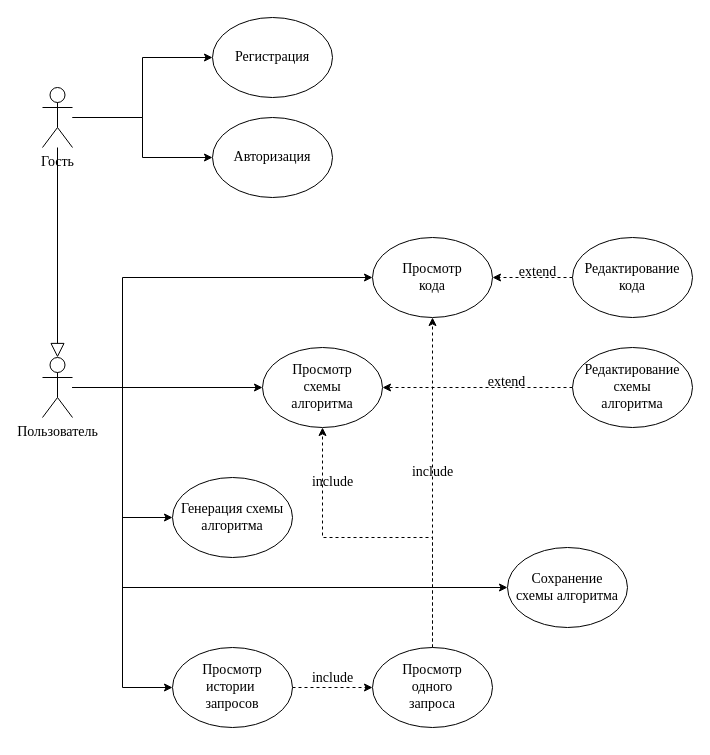
Before: docs/graphics/usecase.drawio in madopew/ctog, a draw.io diagram. Source tidied: cells renumbered, new cells numbered last; positions are measured from the earlier drawing's top-left corner, leaving out a move shared by most shapes. Both pictures are drawn from the tidied source at 100%, with x=0, y=0 at pixel (42, 17).
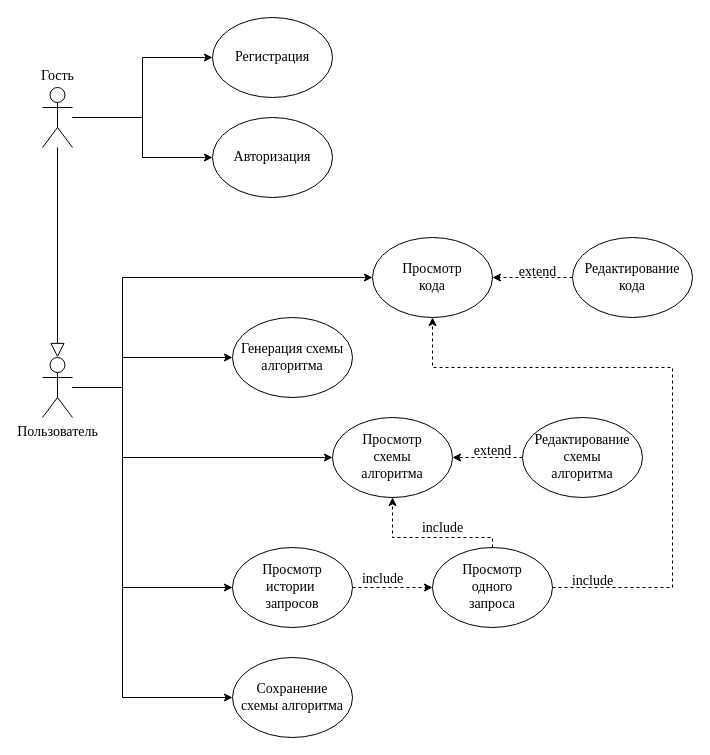
After the change.

Unchanged cells that the change refers to:
```xml
<mxCell id="7" value="Пользователь" style="shape=umlActor;verticalLabelPosition=bottom;verticalAlign=top;html=1;outlineConnect=0;fontFamily=Times New Roman;fontSize=14;" parent="1" vertex="1">
  <mxGeometry y="340" width="30" height="60" as="geometry" />
</mxCell>
<mxCell id="14" value="Просмотр&lt;br style=&quot;font-size: 14px;&quot;&gt;кода" style="ellipse;whiteSpace=wrap;html=1;fontFamily=Times New Roman;fontSize=14;" parent="1" vertex="1">
  <mxGeometry x="330" y="220" width="120" height="80" as="geometry" />
</mxCell>
```

Diff of the diagram source:
```diff
@@
     <mxCell id="3" style="edgeStyle=orthogonalEdgeStyle;rounded=0;jettySize=auto;html=1;fontFamily=Times New Roman;fontSize=14;" parent="1" edge="1" source="7" target="21">
-      <mxGeometry relative="1" as="geometry" />
+      <mxGeometry relative="1" as="geometry">
+        <Array as="points">
+          <mxPoint x="80" y="370" />
+          <mxPoint x="80" y="440" />
+        </Array>
+      </mxGeometry>
     </mxCell>
     <mxCell id="4" style="edgeStyle=orthogonalEdgeStyle;rounded=0;jettySize=auto;html=1;entryX=0;entryY=0.5;entryDx=0;entryDy=0;fontFamily=Times New Roman;fontSize=14;" parent="1" edge="1" source="7" target="15">
-      <mxGeometry relative="1" as="geometry" />
+      <mxGeometry relative="1" as="geometry">
+        <Array as="points">
+          <mxPoint x="80" y="370" />
+          <mxPoint x="80" y="340" />
+        </Array>
+      </mxGeometry>
     </mxCell>
     <mxCell id="5" style="edgeStyle=orthogonalEdgeStyle;rounded=0;jettySize=auto;html=1;entryX=0;entryY=0.5;entryDx=0;entryDy=0;fontFamily=Times New Roman;fontSize=14;" parent="1" edge="1" source="7" target="17">
-      <mxGeometry relative="1" as="geometry" />
+      <mxGeometry relative="1" as="geometry">
+        <Array as="points">
+          <mxPoint x="80" y="370" />
+          <mxPoint x="80" y="570" />
+        </Array>
+      </mxGeometry>
     </mxCell>
     <mxCell id="6" style="edgeStyle=orthogonalEdgeStyle;rounded=0;jettySize=auto;html=1;entryX=0;entryY=0.5;entryDx=0;entryDy=0;" parent="1" edge="1" source="7" target="31">
       <mxGeometry relative="1" as="geometry">
         <Array as="points">
           <mxPoint x="80" y="370" />
-          <mxPoint x="80" y="570" />
+          <mxPoint x="80" y="680" />
         </Array>
       </mxGeometry>
     </mxCell>
@@
-    <mxCell id="11" value="Гость" style="shape=umlActor;verticalLabelPosition=bottom;verticalAlign=top;html=1;outlineConnect=0;fontFamily=Times New Roman;fontSize=14;" parent="1" vertex="1">
+    <mxCell id="11" value="Гость" style="shape=umlActor;verticalLabelPosition=top;verticalAlign=bottom;html=1;outlineConnect=0;fontFamily=Times New Roman;fontSize=14;labelPosition=center;align=center;" parent="1" vertex="1">
       <mxGeometry y="70" width="30" height="60" as="geometry" />
     </mxCell>
@@
     <mxCell id="15" value="Генерация схемы&lt;br style=&quot;font-size: 14px;&quot;&gt;алгоритма" style="ellipse;whiteSpace=wrap;html=1;fontFamily=Times New Roman;fontSize=14;" parent="1" vertex="1">
-      <mxGeometry x="130" y="460" width="120" height="80" as="geometry" />
+      <mxGeometry x="190" y="300" width="120" height="80" as="geometry" />
     </mxCell>
@@
     <mxCell id="17" value="Просмотр&lt;br style=&quot;font-size: 14px;&quot;&gt;истории&amp;nbsp;&lt;br style=&quot;font-size: 14px;&quot;&gt;запросов" style="ellipse;whiteSpace=wrap;html=1;fontFamily=Times New Roman;fontSize=14;" parent="1" vertex="1">
-      <mxGeometry x="130" y="630" width="120" height="80" as="geometry" />
+      <mxGeometry x="190" y="530" width="120" height="80" as="geometry" />
     </mxCell>
@@
     <mxCell id="19" style="edgeStyle=orthogonalEdgeStyle;rounded=0;jettySize=auto;html=1;dashed=1;fontFamily=Times New Roman;fontSize=14;" parent="1" edge="1" source="20" target="14">
-      <mxGeometry relative="1" as="geometry" />
+      <mxGeometry relative="1" as="geometry">
+        <Array as="points">
+          <mxPoint x="630" y="570" />
+          <mxPoint x="630" y="350" />
+          <mxPoint x="390" y="350" />
+        </Array>
+      </mxGeometry>
     </mxCell>
     <mxCell id="20" value="Просмотр&lt;br style=&quot;font-size: 14px;&quot;&gt;одного&lt;br style=&quot;font-size: 14px;&quot;&gt;запроса" style="ellipse;whiteSpace=wrap;html=1;fontFamily=Times New Roman;fontSize=14;" parent="1" vertex="1">
-      <mxGeometry x="330" y="630" width="120" height="80" as="geometry" />
+      <mxGeometry x="390" y="530" width="120" height="80" as="geometry" />
     </mxCell>
     <mxCell id="21" value="Просмотр&lt;br style=&quot;font-size: 14px;&quot;&gt;схемы&lt;br style=&quot;font-size: 14px;&quot;&gt;алгоритма" style="ellipse;whiteSpace=wrap;html=1;fontFamily=Times New Roman;fontSize=14;" parent="1" vertex="1">
-      <mxGeometry x="220" y="330" width="120" height="80" as="geometry" />
+      <mxGeometry x="290" y="400" width="120" height="80" as="geometry" />
     </mxCell>
@@
     <mxCell id="25" value="Редактирование&lt;br style=&quot;font-size: 14px;&quot;&gt;схемы&lt;br style=&quot;font-size: 14px;&quot;&gt;алгоритма" style="ellipse;whiteSpace=wrap;html=1;fontFamily=Times New Roman;fontSize=14;" parent="1" vertex="1">
-      <mxGeometry x="530" y="330" width="120" height="80" as="geometry" />
+      <mxGeometry x="480" y="400" width="120" height="80" as="geometry" />
     </mxCell>
     <mxCell id="26" value="include" style="text;html=1;align=center;verticalAlign=middle;strokeColor=none;fillColor=none;fontFamily=Times New Roman;fontSize=14;" parent="1" vertex="1">
-      <mxGeometry x="260" y="646" width="60" height="30" as="geometry" />
+      <mxGeometry x="370" y="496" width="60" height="30" as="geometry" />
     </mxCell>
     <mxCell id="27" value="include" style="text;html=1;align=center;verticalAlign=middle;strokeColor=none;fillColor=none;fontFamily=Times New Roman;fontSize=14;" parent="1" vertex="1">
-      <mxGeometry x="260" y="450" width="60" height="30" as="geometry" />
+      <mxGeometry x="310" y="547" width="60" height="30" as="geometry" />
     </mxCell>
     <mxCell id="28" value="include" style="text;html=1;align=center;verticalAlign=middle;strokeColor=none;fillColor=none;fontFamily=Times New Roman;fontSize=14;" parent="1" vertex="1">
-      <mxGeometry x="360" y="440" width="60" height="30" as="geometry" />
+      <mxGeometry x="520" y="549" width="60" height="30" as="geometry" />
     </mxCell>
     <mxCell id="29" value="extend" style="text;html=1;align=center;verticalAlign=middle;strokeColor=none;fillColor=none;fontFamily=Times New Roman;fontSize=14;" parent="1" vertex="1">
-      <mxGeometry x="434" y="350" width="60" height="30" as="geometry" />
+      <mxGeometry x="420" y="419" width="60" height="30" as="geometry" />
     </mxCell>
@@
     <mxCell id="31" value="Сохранение&lt;br&gt;схемы алгоритма" style="ellipse;whiteSpace=wrap;html=1;fontFamily=Times New Roman;fontSize=14;" parent="1" vertex="1">
-      <mxGeometry x="465" y="530" width="120" height="80" as="geometry" />
+      <mxGeometry x="190" y="640" width="120" height="80" as="geometry" />
     </mxCell>
```
